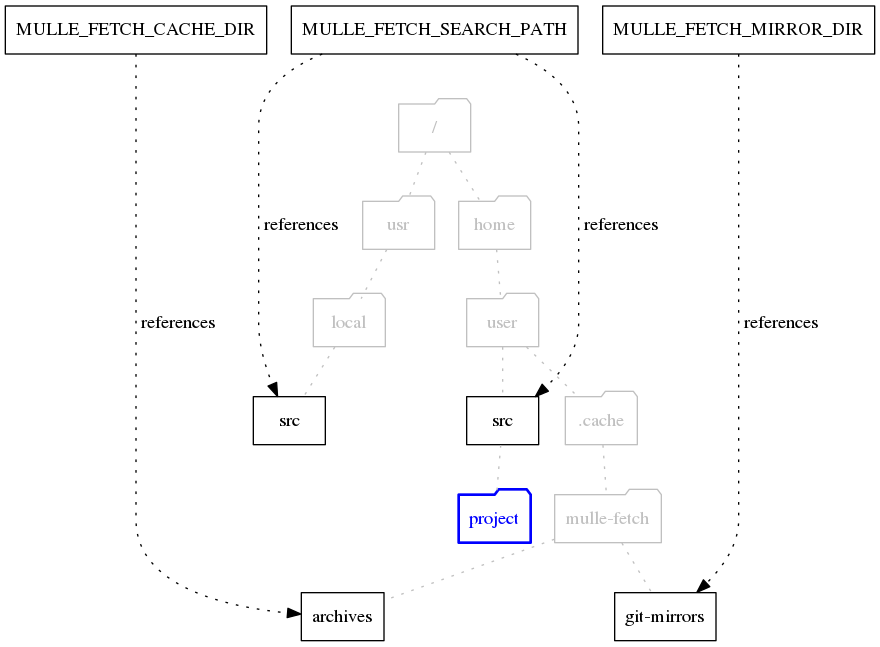
This is dox/mulle-fetch-overview.png from mulle-sde/mulle-fetch, a Graphviz export, as it was before one commit. Its source is kept beside it as dox/mulle-fetch-overview.dot. Source of this version:
```dot
digraph G {
    graph [rankdir = TD];
    edge[ label=" references", style="dotted" ]

    node[ shape="record"];

    { rank="same"; "MULLE_FETCH_SEARCH_PATH", "MULLE_FETCH_CACHE_DIR", "MULLE_FETCH_MIRROR_DIR" }

    "MULLE_FETCH_SEARCH_PATH" -> "src"
    "MULLE_FETCH_SEARCH_PATH" -> "src2"
    "MULLE_FETCH_CACHE_DIR"   -> "archives"
    "MULLE_FETCH_MIRROR_DIR" -> "git-mirrors"


    node[ shape="folder", color="gray", fontcolor="gray" ];
    edge[ arrowhead="none", color="gray", label="" ];

    "MULLE_FETCH_SEARCH_PATH" -> "/"  [ style="invis" ]

    "src2" [ label="src"]

    "project" [ color="blue", penwidth="2", fontcolor="blue" ]
    "user" -> ".cache"
    ".cache" -> "mulle-fetch"
    "mulle-fetch" -> "archives"
    "mulle-fetch" -> "git-mirrors"

    "/" -> "usr"
    "usr" -> "local"
    "local" -> "src2"

    "/" -> "home"
    "home" -> "user"
    "user" -> "src"
    "src" -> "project"

}
```
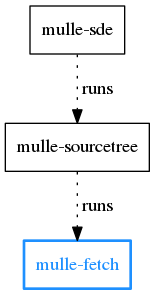
After the change.

Diff of the diagram source:
```diff
@@ -1,37 +1,15 @@
 digraph G {
     graph [rankdir = TD];
-    edge[ label=" references", style="dotted" ]
 
-    node[ shape="record"];
+    node[shape=record];
+    edge [ label=" runs", style="dotted" ]
+    subgraph agnostic
+    {
+        label = "Language agnostic";
 
-    { rank="same"; "MULLE_FETCH_SEARCH_PATH", "MULLE_FETCH_CACHE_DIR", "MULLE_FETCH_MIRROR_DIR" }
+        "mulle-sde"       -> "mulle-sourcetree"
+        "mulle-sourcetree"   -> "mulle-fetch"
 
-    "MULLE_FETCH_SEARCH_PATH" -> "src"
-    "MULLE_FETCH_SEARCH_PATH" -> "src2"
-    "MULLE_FETCH_CACHE_DIR"   -> "archives"
-    "MULLE_FETCH_MIRROR_DIR" -> "git-mirrors"
-
-
-    node[ shape="folder", color="gray", fontcolor="gray" ];
-    edge[ arrowhead="none", color="gray", label="" ];
-
-    "MULLE_FETCH_SEARCH_PATH" -> "/"  [ style="invis" ]
-
-    "src2" [ label="src"]
-
-    "project" [ color="blue", penwidth="2", fontcolor="blue" ]
-    "user" -> ".cache"
-    ".cache" -> "mulle-fetch"
-    "mulle-fetch" -> "archives"
-    "mulle-fetch" -> "git-mirrors"
-
-    "/" -> "usr"
-    "usr" -> "local"
-    "local" -> "src2"
-
-    "/" -> "home"
-    "home" -> "user"
-    "user" -> "src"
-    "src" -> "project"
-
+        "mulle-fetch"   [ color="dodgerblue"; fontcolor="dodgerblue"; penwidth="2"]
+    }
 }
```
